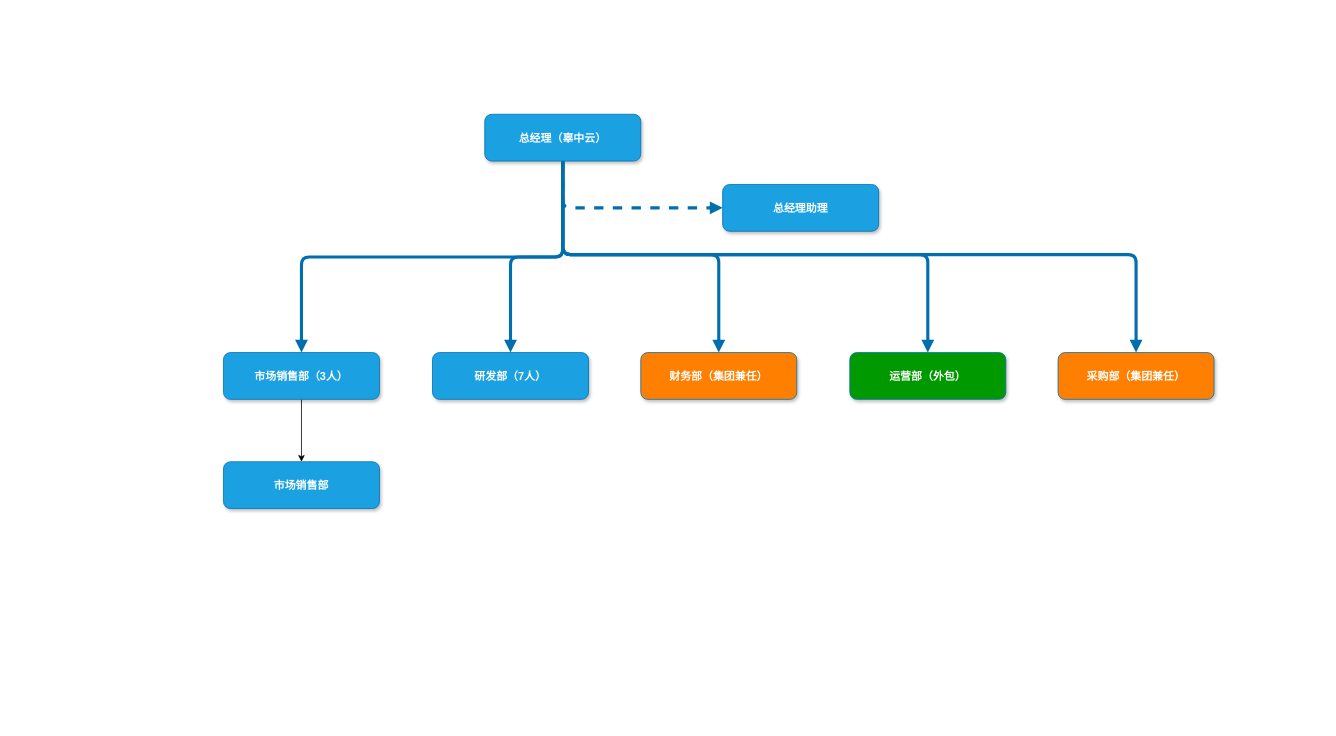
Above: 未命名绘图.drawio in itue/download (draw.io), before the change. Source tidied: cells renumbered, new cells numbered last; positions are measured from the earlier drawing's top-left corner, leaving out a move shared by most shapes. Both pictures are drawn from the tidied source at 78%, with x=0, y=0 at pixel (223, 114).
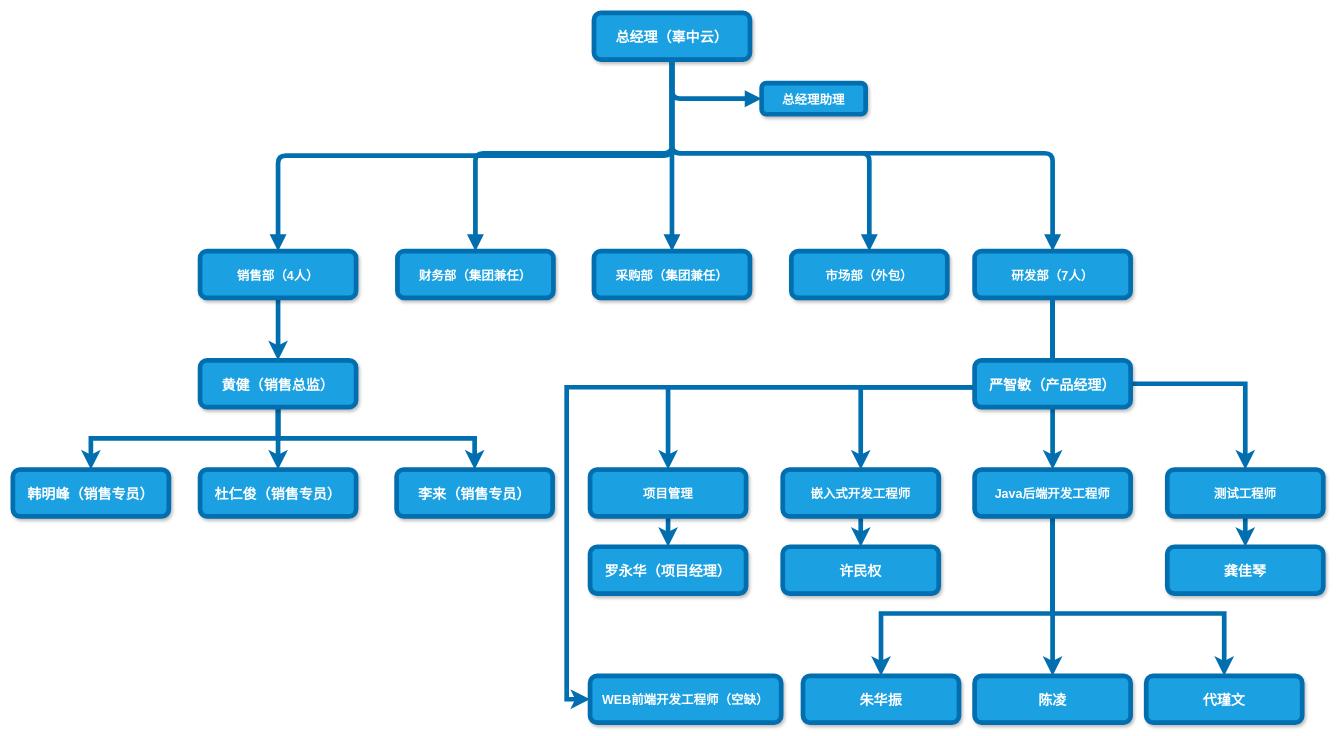
The same page after the edit.

Commit message:
更新未命名绘图.drawio

What changed in the source:
```diff
@@
-    <mxCell id="2" value="总经理（辜中云）" style="rounded=1;fillColor=#1ba1e2;strokeColor=#006EAF;shadow=1;fontStyle=1;fontColor=#ffffff;fontSize=14;" parent="1" vertex="1">
-      <mxGeometry x="335" width="200" height="60" as="geometry" />
+    <mxCell id="2" value="总经理（辜中云）" style="rounded=1;fillColor=#1ba1e2;shadow=1;fontStyle=1;fontColor=#ffffff;fontSize=18;strokeWidth=6;strokeColor=#006EAF;" parent="1" vertex="1">
+      <mxGeometry x="475" y="-130" width="200" height="60" as="geometry" />
     </mxCell>
-    <mxCell id="3" value="运营部（外包）" style="rounded=1;strokeColor=#006EAF;shadow=1;fontStyle=1;fontColor=#ffffff;fontSize=14;fillColor=#009900;" parent="1" vertex="1">
-      <mxGeometry x="803" y="305.5" width="200" height="60" as="geometry" />
+    <mxCell id="3" value="市场部（外包）" style="rounded=1;shadow=1;fontStyle=1;fontColor=#ffffff;fontSize=16;fillColor=#1ba1e2;strokeWidth=6;strokeColor=#006EAF;" parent="1" vertex="1">
+      <mxGeometry x="728" y="175.5" width="200" height="60" as="geometry" />
     </mxCell>
-    <mxCell id="4" style="edgeStyle=orthogonalEdgeStyle;rounded=0;jettySize=auto;html=1;" parent="1" edge="1" source="5" target="16">
+    <mxCell id="4" style="edgeStyle=orthogonalEdgeStyle;rounded=0;jettySize=auto;html=1;strokeWidth=6;strokeColor=#006EAF;fillColor=#1ba1e2;" parent="1" edge="1" source="5" target="16">
       <mxGeometry relative="1" as="geometry" />
     </mxCell>
-    <mxCell id="5" value="市场销售部（3人）" style="rounded=1;fillColor=#1ba1e2;strokeColor=#006EAF;shadow=1;fontStyle=1;fontColor=#ffffff;fontSize=14;" parent="1" vertex="1">
-      <mxGeometry y="305.5" width="200" height="60" as="geometry" />
+    <mxCell id="5" value="销售部（4人）" style="rounded=1;fillColor=#1ba1e2;shadow=1;fontStyle=1;fontColor=#ffffff;fontSize=16;strokeWidth=6;strokeColor=#006EAF;" parent="1" vertex="1">
+      <mxGeometry x="-30" y="175.5" width="200" height="60" as="geometry" />
     </mxCell>
+    <mxCell id="17" style="edgeStyle=orthogonalEdgeStyle;rounded=0;jettySize=auto;html=1;exitX=0.5;exitY=1;exitDx=0;exitDy=0;entryX=0.5;entryY=0;entryDx=0;entryDy=0;strokeWidth=6;strokeColor=#006EAF;fillColor=#1ba1e2;" parent="1" edge="1" source="6" target="27">
+      <mxGeometry relative="1" as="geometry">
+        <Array as="points">
+          <mxPoint x="1063" y="350" />
+          <mxPoint x="570" y="350" />
+        </Array>
+      </mxGeometry>
+    </mxCell>
+    <mxCell id="18" style="edgeStyle=orthogonalEdgeStyle;rounded=0;jettySize=auto;html=1;entryX=0.5;entryY=0;entryDx=0;entryDy=0;fontFamily=Helvetica;fontSize=18;exitX=1;exitY=0.5;exitDx=0;exitDy=0;strokeWidth=6;strokeColor=#006EAF;fillColor=#1ba1e2;" parent="1" edge="1" source="32" target="43">
+      <mxGeometry relative="1" as="geometry" />
+    </mxCell>
+    <mxCell id="19" style="edgeStyle=orthogonalEdgeStyle;rounded=0;jettySize=auto;html=1;entryX=0.5;entryY=0;entryDx=0;entryDy=0;strokeWidth=6;fontFamily=Helvetica;fontSize=18;exitX=0.5;exitY=1;exitDx=0;exitDy=0;strokeColor=#006EAF;fillColor=#1ba1e2;" parent="1" edge="1" source="6" target="30">
+      <mxGeometry relative="1" as="geometry">
+        <Array as="points">
+          <mxPoint x="1063" y="350" />
+          <mxPoint x="817" y="350" />
+        </Array>
+      </mxGeometry>
+    </mxCell>
-    <mxCell id="6" value="研发部（7人）" style="rounded=1;fillColor=#1ba1e2;strokeColor=#006EAF;shadow=1;fontStyle=1;fontColor=#ffffff;fontSize=14;" parent="1" vertex="1">
-      <mxGeometry x="268" y="305.5" width="200" height="60" as="geometry" />
+    <mxCell id="6" value="研发部（7人）" style="rounded=1;fillColor=#1ba1e2;shadow=1;fontStyle=1;fontColor=#ffffff;fontSize=16;strokeWidth=6;strokeColor=#006EAF;" parent="1" vertex="1">
+      <mxGeometry x="963" y="175.5" width="200" height="60" as="geometry" />
     </mxCell>
-    <mxCell id="7" value="总经理助理" style="rounded=1;fillColor=#1ba1e2;strokeColor=#006EAF;shadow=1;fontStyle=1;fontColor=#ffffff;fontSize=14;" parent="1" vertex="1">
-      <mxGeometry x="640" y="90" width="200" height="60" as="geometry" />
+    <mxCell id="7" value="总经理助理" style="rounded=1;fillColor=#1ba1e2;shadow=1;fontStyle=1;fontColor=#ffffff;fontSize=16;strokeWidth=6;strokeColor=#006EAF;" parent="1" vertex="1">
+      <mxGeometry x="690" y="-40" width="133.3" height="40" as="geometry" />
     </mxCell>
-    <mxCell id="8" style="edgeStyle=elbowEdgeStyle;elbow=vertical;strokeWidth=4;endArrow=block;endFill=1;fontStyle=1;strokeColor=#006EAF;exitX=0.5;exitY=1;exitDx=0;exitDy=0;fillColor=#1ba1e2;" parent="1" edge="1" source="2" target="5">
-      <mxGeometry x="22" y="165.5" as="geometry" />
+    <mxCell id="8" style="edgeStyle=elbowEdgeStyle;elbow=vertical;strokeWidth=6;endArrow=block;endFill=1;fontStyle=1;exitX=0.5;exitY=1;exitDx=0;exitDy=0;fillColor=#1ba1e2;strokeColor=#006EAF;" parent="1" edge="1" source="2" target="5">
+      <mxGeometry x="-58" y="35.5" as="geometry">
+        <Array as="points">
+          <mxPoint x="300" y="53" />
+        </Array>
+      </mxGeometry>
     </mxCell>
-    <mxCell id="9" style="edgeStyle=elbowEdgeStyle;elbow=vertical;strokeWidth=4;endArrow=block;endFill=1;fontStyle=1;strokeColor=#006EAF;exitX=0.5;exitY=1;exitDx=0;exitDy=0;fillColor=#1ba1e2;" parent="1" edge="1" source="2" target="3">
-      <mxGeometry x="22" y="165.5" as="geometry">
+    <mxCell id="9" style="edgeStyle=elbowEdgeStyle;elbow=vertical;strokeWidth=6;endArrow=block;endFill=1;fontStyle=1;exitX=0.5;exitY=1;exitDx=0;exitDy=0;fillColor=#1ba1e2;strokeColor=#006EAF;" parent="1" edge="1" source="2" target="3">
+      <mxGeometry x="-58" y="35.5" as="geometry">
         <Array as="points">
-          <mxPoint x="670" y="180" />
+          <mxPoint x="590" y="50" />
         </Array>
       </mxGeometry>
     </mxCell>
-    <mxCell id="10" style="edgeStyle=elbowEdgeStyle;elbow=vertical;strokeWidth=4;endArrow=block;endFill=1;fontStyle=1;dashed=1;strokeColor=#006EAF;fillColor=#1ba1e2;entryX=0;entryY=0.5;entryDx=0;entryDy=0;" parent="1" edge="1" target="7">
-      <mxGeometry x="22" y="165.5" as="geometry">
-        <mxPoint x="435" y="60" as="sourcePoint" />
+    <mxCell id="10" style="edgeStyle=elbowEdgeStyle;elbow=vertical;strokeWidth=6;endArrow=block;endFill=1;fontStyle=1;fillColor=#1ba1e2;exitX=0.5;exitY=1;exitDx=0;exitDy=0;entryX=0;entryY=0.5;entryDx=0;entryDy=0;strokeColor=#006EAF;" parent="1" edge="1" source="2" target="7">
+      <mxGeometry x="-58" y="35.5" as="geometry">
         <Array as="points">
-          <mxPoint x="510" y="120" />
-          <mxPoint x="600" y="110" />
-          <mxPoint x="590" y="130" />
-          <mxPoint x="722" y="145.5" />
+          <mxPoint x="720" y="-20" />
+          <mxPoint x="590" y="-40" />
+          <mxPoint x="520" y="-20" />
+          <mxPoint x="510" />
+          <mxPoint x="642" y="15.5" />
         </Array>
       </mxGeometry>
     </mxCell>
-    <mxCell id="11" value="财务部（集团兼任）" style="rounded=1;strokeColor=#006EAF;shadow=1;fontStyle=1;fontColor=#ffffff;fontSize=14;fillColor=#FF8000;" parent="1" vertex="1">
-      <mxGeometry x="535" y="305.5" width="200" height="60" as="geometry" />
+    <mxCell id="11" value="财务部（集团兼任）" style="rounded=1;shadow=1;fontStyle=1;fontColor=#ffffff;fontSize=16;fillColor=#1ba1e2;strokeWidth=6;strokeColor=#006EAF;" parent="1" vertex="1">
+      <mxGeometry x="223" y="175.5" width="200" height="60" as="geometry" />
     </mxCell>
-    <mxCell id="12" value="采购部（集团兼任）" style="rounded=1;strokeColor=#006EAF;shadow=1;fontStyle=1;fontColor=#ffffff;fontSize=14;fillColor=#FF8000;" parent="1" vertex="1">
-      <mxGeometry x="1070" y="305.5" width="200" height="60" as="geometry" />
+    <mxCell id="12" value="采购部（集团兼任）" style="rounded=1;shadow=1;fontStyle=1;fontColor=#ffffff;fontSize=16;fillColor=#1ba1e2;strokeWidth=6;strokeColor=#006EAF;" parent="1" vertex="1">
+      <mxGeometry x="475" y="175.5" width="200" height="60" as="geometry" />
     </mxCell>
-    <mxCell id="13" style="edgeStyle=elbowEdgeStyle;elbow=vertical;strokeWidth=4;endArrow=block;endFill=1;fontStyle=1;strokeColor=#006EAF;entryX=0.5;entryY=0;entryDx=0;entryDy=0;exitX=0.5;exitY=1;exitDx=0;exitDy=0;fillColor=#1ba1e2;" parent="1" edge="1" source="2" target="11">
-      <mxGeometry x="32" y="175.5" as="geometry">
+    <mxCell id="13" style="edgeStyle=elbowEdgeStyle;elbow=vertical;strokeWidth=6;endArrow=block;endFill=1;fontStyle=1;entryX=0.5;entryY=0;entryDx=0;entryDy=0;exitX=0.5;exitY=1;exitDx=0;exitDy=0;fillColor=#1ba1e2;strokeColor=#006EAF;" parent="1" edge="1" source="2" target="11">
+      <mxGeometry x="-48" y="45.5" as="geometry">
         <Array as="points">
-          <mxPoint x="540" y="180" />
+          <mxPoint x="430" y="50" />
         </Array>
       </mxGeometry>
     </mxCell>
-    <mxCell id="14" style="edgeStyle=elbowEdgeStyle;elbow=vertical;strokeWidth=4;endArrow=block;endFill=1;fontStyle=1;strokeColor=#006EAF;exitX=0.5;exitY=1;exitDx=0;exitDy=0;fillColor=#1ba1e2;" parent="1" edge="1" source="2" target="12">
-      <mxGeometry x="42" y="185.5" as="geometry">
+    <mxCell id="14" style="edgeStyle=elbowEdgeStyle;elbow=vertical;strokeWidth=6;endArrow=block;endFill=1;fontStyle=1;exitX=0.5;exitY=1;exitDx=0;exitDy=0;fillColor=#1ba1e2;entryX=0.5;entryY=0;entryDx=0;entryDy=0;strokeColor=#006EAF;" parent="1" edge="1" source="2" target="12">
+      <mxGeometry x="-38" y="55.5" as="geometry">
         <Array as="points">
-          <mxPoint x="800" y="180" />
+          <mxPoint x="580" y="50" />
+          <mxPoint x="720" y="50" />
         </Array>
       </mxGeometry>
     </mxCell>
-    <mxCell id="15" style="edgeStyle=elbowEdgeStyle;elbow=vertical;strokeWidth=4;endArrow=block;endFill=1;fontStyle=1;strokeColor=#006EAF;exitX=0.5;exitY=1;exitDx=0;exitDy=0;fillColor=#1ba1e2;" parent="1" edge="1" source="2" target="6">
-      <mxGeometry x="32" y="175.5" as="geometry" />
+    <mxCell id="15" style="edgeStyle=elbowEdgeStyle;elbow=vertical;strokeWidth=6;endArrow=block;endFill=1;fontStyle=1;exitX=0.5;exitY=1;exitDx=0;exitDy=0;fillColor=#1ba1e2;strokeColor=#006EAF;" parent="1" edge="1" source="2" target="6">
+      <mxGeometry x="-48" y="45.5" as="geometry">
+        <Array as="points">
+          <mxPoint x="840" y="50" />
+        </Array>
+      </mxGeometry>
     </mxCell>
+    <mxCell id="20" style="edgeStyle=orthogonalEdgeStyle;rounded=0;jettySize=auto;html=1;fontFamily=Helvetica;fontSize=18;strokeWidth=6;strokeColor=#006EAF;fillColor=#1ba1e2;" parent="1" edge="1" source="16" target="23">
+      <mxGeometry relative="1" as="geometry" />
+    </mxCell>
+    <mxCell id="21" style="edgeStyle=orthogonalEdgeStyle;rounded=0;jettySize=auto;html=1;entryX=0.5;entryY=0;entryDx=0;entryDy=0;exitX=0.5;exitY=1;exitDx=0;exitDy=0;fontFamily=Helvetica;fontSize=18;strokeWidth=6;strokeColor=#006EAF;fillColor=#1ba1e2;" parent="1" edge="1" source="16" target="24">
+      <mxGeometry relative="1" as="geometry" />
+    </mxCell>
+    <mxCell id="22" style="edgeStyle=orthogonalEdgeStyle;rounded=0;jettySize=auto;html=1;entryX=0.5;entryY=0;entryDx=0;entryDy=0;exitX=0.5;exitY=1;exitDx=0;exitDy=0;fontFamily=Helvetica;fontSize=18;strokeWidth=6;strokeColor=#006EAF;fillColor=#1ba1e2;" parent="1" edge="1" source="16" target="25">
+      <mxGeometry relative="1" as="geometry" />
+    </mxCell>
-    <mxCell id="16" value="市场销售部" style="rounded=1;fillColor=#1ba1e2;strokeColor=#006EAF;shadow=1;fontStyle=1;fontColor=#ffffff;fontSize=14;" parent="1" vertex="1">
-      <mxGeometry y="445.5" width="200" height="60" as="geometry" />
+    <mxCell id="16" value="黄健（销售总监）" style="rounded=1;fillColor=#1ba1e2;shadow=1;fontStyle=1;fontColor=#ffffff;fontSize=18;fontFamily=Helvetica;strokeWidth=6;strokeColor=#006EAF;" parent="1" vertex="1">
+      <mxGeometry x="-30" y="315.5" width="200" height="60" as="geometry" />
     </mxCell>
+    <mxCell id="23" value="杜仁俊（销售专员）" style="rounded=1;fillColor=#1ba1e2;shadow=1;fontStyle=1;fontColor=#ffffff;fontSize=18;fontFamily=Helvetica;strokeWidth=6;strokeColor=#006EAF;" parent="1" vertex="1">
+      <mxGeometry x="-30" y="455.5" width="200" height="60" as="geometry" />
+    </mxCell>
+    <mxCell id="24" value="韩明峰（销售专员）" style="rounded=1;fillColor=#1ba1e2;shadow=1;fontStyle=1;fontColor=#ffffff;fontSize=18;strokeWidth=6;strokeColor=#006EAF;" parent="1" vertex="1">
+      <mxGeometry x="-270" y="455.5" width="200" height="60" as="geometry" />
+    </mxCell>
+    <mxCell id="25" value="李来（销售专员）" style="rounded=1;fillColor=#1ba1e2;shadow=1;fontStyle=1;fontColor=#ffffff;fontSize=18;fontFamily=Helvetica;strokeWidth=6;strokeColor=#006EAF;" parent="1" vertex="1">
+      <mxGeometry x="222" y="455.5" width="200" height="60" as="geometry" />
+    </mxCell>
+    <mxCell id="26" style="edgeStyle=orthogonalEdgeStyle;rounded=0;jettySize=auto;html=1;entryX=0.5;entryY=0;entryDx=0;entryDy=0;fontFamily=Helvetica;fontSize=18;exitX=0.5;exitY=1;exitDx=0;exitDy=0;strokeWidth=6;strokeColor=#006EAF;fillColor=#1ba1e2;" parent="1" edge="1" source="27" target="41">
+      <mxGeometry relative="1" as="geometry" />
+    </mxCell>
+    <mxCell id="27" value="项目管理" style="rounded=1;fillColor=#1ba1e2;shadow=1;fontStyle=1;fontColor=#ffffff;fontSize=16;strokeWidth=6;strokeColor=#006EAF;" parent="1" vertex="1">
+      <mxGeometry x="470" y="455.5" width="200" height="60" as="geometry" />
+    </mxCell>
+    <mxCell id="28" style="edgeStyle=orthogonalEdgeStyle;rounded=0;jettySize=auto;html=1;fontFamily=Helvetica;fontSize=18;exitX=0.5;exitY=1;exitDx=0;exitDy=0;strokeWidth=6;strokeColor=#006EAF;fillColor=#1ba1e2;" parent="1" edge="1" source="6" target="36">
+      <mxGeometry relative="1" as="geometry" />
+    </mxCell>
+    <mxCell id="29" style="edgeStyle=orthogonalEdgeStyle;rounded=0;jettySize=auto;html=1;fontFamily=Helvetica;fontSize=18;strokeWidth=6;strokeColor=#006EAF;fillColor=#1ba1e2;" parent="1" edge="1" source="30" target="40">
+      <mxGeometry relative="1" as="geometry" />
+    </mxCell>
+    <mxCell id="30" value="嵌入式开发工程师" style="rounded=1;fillColor=#1ba1e2;shadow=1;fontStyle=1;fontColor=#ffffff;fontSize=16;strokeWidth=6;strokeColor=#006EAF;" parent="1" vertex="1">
+      <mxGeometry x="717" y="455.5" width="200" height="60" as="geometry" />
+    </mxCell>
+    <mxCell id="31" style="edgeStyle=orthogonalEdgeStyle;rounded=0;jettySize=auto;html=1;entryX=0;entryY=0.5;entryDx=0;entryDy=0;strokeColor=#006EAF;strokeWidth=6;fontFamily=Helvetica;fontSize=16;" parent="1" edge="1" source="32" target="45">
+      <mxGeometry relative="1" as="geometry">
+        <Array as="points">
+          <mxPoint x="440" y="350" />
+          <mxPoint x="440" y="750" />
+        </Array>
+      </mxGeometry>
+    </mxCell>
+    <mxCell id="32" value="严智敏（产品经理）" style="rounded=1;fillColor=#1ba1e2;shadow=1;fontStyle=1;fontColor=#ffffff;fontSize=18;strokeWidth=6;strokeColor=#006EAF;" parent="1" vertex="1">
+      <mxGeometry x="963" y="315.5" width="200" height="60" as="geometry" />
+    </mxCell>
+    <mxCell id="33" style="edgeStyle=orthogonalEdgeStyle;rounded=0;jettySize=auto;html=1;fontFamily=Helvetica;fontSize=18;exitX=0.5;exitY=1;exitDx=0;exitDy=0;strokeWidth=6;strokeColor=#006EAF;fillColor=#1ba1e2;" parent="1" edge="1" source="36" target="37">
+      <mxGeometry relative="1" as="geometry">
+        <Array as="points">
+          <mxPoint x="1063" y="640" />
+          <mxPoint x="843" y="640" />
+        </Array>
+      </mxGeometry>
+    </mxCell>
+    <mxCell id="34" style="edgeStyle=orthogonalEdgeStyle;rounded=0;jettySize=auto;html=1;fontFamily=Helvetica;fontSize=18;strokeWidth=6;strokeColor=#006EAF;fillColor=#1ba1e2;" parent="1" edge="1" source="36" target="38">
+      <mxGeometry relative="1" as="geometry" />
+    </mxCell>
+    <mxCell id="35" style="edgeStyle=orthogonalEdgeStyle;rounded=0;jettySize=auto;html=1;entryX=0.5;entryY=0;entryDx=0;entryDy=0;fontFamily=Helvetica;fontSize=18;exitX=0.5;exitY=1;exitDx=0;exitDy=0;strokeWidth=6;strokeColor=#006EAF;fillColor=#1ba1e2;" parent="1" edge="1" source="36" target="39">
+      <mxGeometry relative="1" as="geometry">
+        <Array as="points">
+          <mxPoint x="1063" y="640" />
+          <mxPoint x="1283" y="640" />
+        </Array>
+      </mxGeometry>
+    </mxCell>
+    <mxCell id="36" value="Java后端开发工程师" style="rounded=1;fillColor=#1ba1e2;shadow=1;fontStyle=1;fontColor=#ffffff;fontSize=16;strokeWidth=6;strokeColor=#006EAF;" parent="1" vertex="1">
+      <mxGeometry x="963" y="455.5" width="200" height="60" as="geometry" />
+    </mxCell>
+    <mxCell id="37" value="朱华振" style="rounded=1;fillColor=#1ba1e2;shadow=1;fontStyle=1;fontColor=#ffffff;fontSize=18;strokeWidth=6;strokeColor=#006EAF;" parent="1" vertex="1">
+      <mxGeometry x="743" y="720" width="200" height="60" as="geometry" />
+    </mxCell>
+    <mxCell id="38" value="陈凌" style="rounded=1;fillColor=#1ba1e2;shadow=1;fontStyle=1;fontColor=#ffffff;fontSize=18;strokeWidth=6;strokeColor=#006EAF;" parent="1" vertex="1">
+      <mxGeometry x="963" y="720" width="200" height="60" as="geometry" />
+    </mxCell>
+    <mxCell id="39" value="代瑾文" style="rounded=1;fillColor=#1ba1e2;shadow=1;fontStyle=1;fontColor=#ffffff;fontSize=18;strokeWidth=6;strokeColor=#006EAF;" parent="1" vertex="1">
+      <mxGeometry x="1183" y="720" width="200" height="60" as="geometry" />
+    </mxCell>
+    <mxCell id="40" value="许民权" style="rounded=1;fillColor=#1ba1e2;shadow=1;fontStyle=1;fontColor=#ffffff;fontSize=18;strokeWidth=6;strokeColor=#006EAF;" parent="1" vertex="1">
+      <mxGeometry x="717" y="554.5" width="200" height="60" as="geometry" />
+    </mxCell>
+    <mxCell id="41" value="罗永华（项目经理）" style="rounded=1;fillColor=#1ba1e2;shadow=1;fontStyle=1;fontColor=#ffffff;fontSize=18;strokeWidth=6;strokeColor=#006EAF;" parent="1" vertex="1">
+      <mxGeometry x="470" y="554.5" width="200" height="60" as="geometry" />
+    </mxCell>
+    <mxCell id="42" style="edgeStyle=orthogonalEdgeStyle;rounded=0;jettySize=auto;html=1;fontFamily=Helvetica;fontSize=18;strokeWidth=6;strokeColor=#006EAF;fillColor=#1ba1e2;" parent="1" edge="1" source="43" target="44">
+      <mxGeometry relative="1" as="geometry" />
+    </mxCell>
+    <mxCell id="43" value="测试工程师" style="rounded=1;fillColor=#1ba1e2;shadow=1;fontStyle=1;fontColor=#ffffff;fontSize=16;strokeWidth=6;strokeColor=#006EAF;" parent="1" vertex="1">
+      <mxGeometry x="1210" y="455.5" width="200" height="60" as="geometry" />
+    </mxCell>
+    <mxCell id="44" value="龚佳琴" style="rounded=1;fillColor=#1ba1e2;shadow=1;fontStyle=1;fontColor=#ffffff;fontSize=18;strokeWidth=6;strokeColor=#006EAF;" parent="1" vertex="1">
+      <mxGeometry x="1210" y="554.5" width="200" height="60" as="geometry" />
+    </mxCell>
+    <mxCell id="45" value="WEB前端开发工程师（空缺）" style="rounded=1;fillColor=#1ba1e2;shadow=1;fontStyle=1;fontColor=#ffffff;fontSize=16;strokeWidth=6;strokeColor=#006EAF;" parent="1" vertex="1">
+      <mxGeometry x="470" y="720" width="245" height="60" as="geometry" />
+    </mxCell>
```
